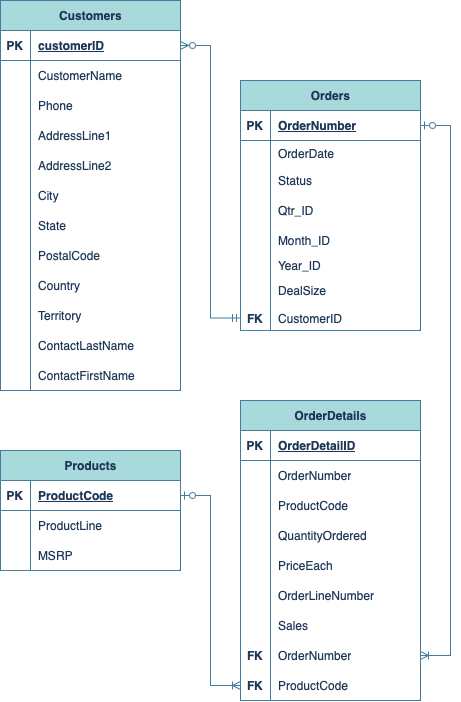
Above: OrderManagementERD.png in megan-es/OrderManagementDB (draw.io), before the change. Source tidied: cells renumbered, new cells last; positions are measured from the earlier drawing's top-left corner, leaving out a move shared by most shapes.
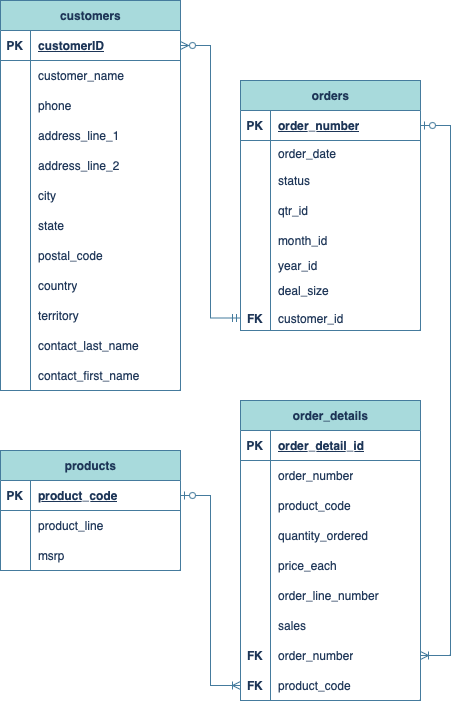
Above is the later version.

What changed in the source:
```diff
@@ -4,3 +4,3 @@
     <mxCell id="1" parent="0" />
-    <mxCell id="2" value="Products" style="shape=table;startSize=30;rowLines=0;fontStyle=1;align=center;html=1;labelBackgroundColor=none;fillColor=#A8DADC;strokeColor=#457B9D;fontColor=#1D3557;" parent="1" vertex="1">
+    <mxCell id="2" value="products" style="shape=table;startSize=30;rowLines=0;fontStyle=1;align=center;html=1;labelBackgroundColor=none;fillColor=#A8DADC;strokeColor=#457B9D;fontColor=#1D3557;" parent="1" vertex="1">
       <mxGeometry y="450" width="180" height="120" as="geometry" />
@@ -13,3 +13,3 @@
     </mxCell>
-    <mxCell id="5" value="ProductCode" style="shape=partialRectangle;fillColor=none;top=0;left=0;bottom=0;right=0;align=left;spacingLeft=6;fontStyle=5;overflow=hidden;whiteSpace=wrap;html=1;labelBackgroundColor=none;strokeColor=#457B9D;fontColor=#1D3557;" parent="3" vertex="1">
+    <mxCell id="5" value="product_code" style="shape=partialRectangle;fillColor=none;top=0;left=0;bottom=0;right=0;align=left;spacingLeft=6;fontStyle=5;overflow=hidden;whiteSpace=wrap;html=1;labelBackgroundColor=none;strokeColor=#457B9D;fontColor=#1D3557;" parent="3" vertex="1">
       <mxGeometry x="30" width="150" height="30" as="geometry" />
@@ -22,3 +22,3 @@
     </mxCell>
-    <mxCell id="8" value="ProductLine" style="shape=partialRectangle;fillColor=none;top=0;left=0;bottom=0;right=0;align=left;spacingLeft=6;overflow=hidden;whiteSpace=wrap;html=1;labelBackgroundColor=none;strokeColor=#457B9D;fontColor=#1D3557;" parent="6" vertex="1">
+    <mxCell id="8" value="product_line" style="shape=partialRectangle;fillColor=none;top=0;left=0;bottom=0;right=0;align=left;spacingLeft=6;overflow=hidden;whiteSpace=wrap;html=1;labelBackgroundColor=none;strokeColor=#457B9D;fontColor=#1D3557;" parent="6" vertex="1">
       <mxGeometry x="30" width="150" height="30" as="geometry" />
@@ -31,6 +31,6 @@
     </mxCell>
-    <mxCell id="11" value="MSRP" style="shape=partialRectangle;fillColor=none;top=0;left=0;bottom=0;right=0;align=left;spacingLeft=6;overflow=hidden;whiteSpace=wrap;html=1;labelBackgroundColor=none;strokeColor=#457B9D;fontColor=#1D3557;" parent="9" vertex="1">
+    <mxCell id="11" value="msrp" style="shape=partialRectangle;fillColor=none;top=0;left=0;bottom=0;right=0;align=left;spacingLeft=6;overflow=hidden;whiteSpace=wrap;html=1;labelBackgroundColor=none;strokeColor=#457B9D;fontColor=#1D3557;" parent="9" vertex="1">
       <mxGeometry x="30" width="150" height="30" as="geometry" />
     </mxCell>
-    <mxCell id="12" value="OrderDetails" style="shape=table;startSize=30;rowLines=0;fontStyle=1;align=center;html=1;labelBackgroundColor=none;fillColor=#A8DADC;strokeColor=#457B9D;fontColor=#1D3557;" parent="1" vertex="1">
+    <mxCell id="12" value="order_details" style="shape=table;startSize=30;rowLines=0;fontStyle=1;align=center;html=1;labelBackgroundColor=none;fillColor=#A8DADC;strokeColor=#457B9D;fontColor=#1D3557;" parent="1" vertex="1">
       <mxGeometry x="240" y="400" width="180" height="300" as="geometry" />
@@ -43,3 +43,3 @@
     </mxCell>
-    <mxCell id="15" value="OrderDetailID" style="shape=partialRectangle;fillColor=none;top=0;left=0;bottom=0;right=0;align=left;spacingLeft=6;fontStyle=5;overflow=hidden;whiteSpace=wrap;html=1;labelBackgroundColor=none;strokeColor=#457B9D;fontColor=#1D3557;" parent="13" vertex="1">
+    <mxCell id="15" value="order_detail_id" style="shape=partialRectangle;fillColor=none;top=0;left=0;bottom=0;right=0;align=left;spacingLeft=6;fontStyle=5;overflow=hidden;whiteSpace=wrap;html=1;labelBackgroundColor=none;strokeColor=#457B9D;fontColor=#1D3557;" parent="13" vertex="1">
       <mxGeometry x="30" width="150" height="30" as="geometry" />
@@ -52,3 +52,3 @@
     </mxCell>
-    <mxCell id="18" value="OrderNumber" style="shape=partialRectangle;fillColor=none;top=0;left=0;bottom=0;right=0;align=left;spacingLeft=6;overflow=hidden;whiteSpace=wrap;html=1;labelBackgroundColor=none;strokeColor=#457B9D;fontColor=#1D3557;" parent="16" vertex="1">
+    <mxCell id="18" value="order_number" style="shape=partialRectangle;fillColor=none;top=0;left=0;bottom=0;right=0;align=left;spacingLeft=6;overflow=hidden;whiteSpace=wrap;html=1;labelBackgroundColor=none;strokeColor=#457B9D;fontColor=#1D3557;" parent="16" vertex="1">
       <mxGeometry x="30" width="150" height="30" as="geometry" />
@@ -61,3 +61,3 @@
     </mxCell>
-    <mxCell id="21" value="ProductCode" style="shape=partialRectangle;fillColor=none;top=0;left=0;bottom=0;right=0;align=left;spacingLeft=6;overflow=hidden;whiteSpace=wrap;html=1;labelBackgroundColor=none;strokeColor=#457B9D;fontColor=#1D3557;" parent="19" vertex="1">
+    <mxCell id="21" value="product_code" style="shape=partialRectangle;fillColor=none;top=0;left=0;bottom=0;right=0;align=left;spacingLeft=6;overflow=hidden;whiteSpace=wrap;html=1;labelBackgroundColor=none;strokeColor=#457B9D;fontColor=#1D3557;" parent="19" vertex="1">
       <mxGeometry x="30" width="150" height="30" as="geometry" />
@@ -70,3 +70,3 @@
     </mxCell>
-    <mxCell id="24" value="QuantityOrdered" style="shape=partialRectangle;fillColor=none;top=0;left=0;bottom=0;right=0;align=left;spacingLeft=6;overflow=hidden;whiteSpace=wrap;html=1;labelBackgroundColor=none;strokeColor=#457B9D;fontColor=#1D3557;" parent="22" vertex="1">
+    <mxCell id="24" value="quantity_ordered" style="shape=partialRectangle;fillColor=none;top=0;left=0;bottom=0;right=0;align=left;spacingLeft=6;overflow=hidden;whiteSpace=wrap;html=1;labelBackgroundColor=none;strokeColor=#457B9D;fontColor=#1D3557;" parent="22" vertex="1">
       <mxGeometry x="30" width="150" height="30" as="geometry" />
@@ -79,3 +79,3 @@
     </mxCell>
-    <mxCell id="27" value="PriceEach" style="shape=partialRectangle;fillColor=none;top=0;left=0;bottom=0;right=0;align=left;spacingLeft=6;overflow=hidden;whiteSpace=wrap;html=1;labelBackgroundColor=none;strokeColor=#457B9D;fontColor=#1D3557;" parent="25" vertex="1">
+    <mxCell id="27" value="price_each" style="shape=partialRectangle;fillColor=none;top=0;left=0;bottom=0;right=0;align=left;spacingLeft=6;overflow=hidden;whiteSpace=wrap;html=1;labelBackgroundColor=none;strokeColor=#457B9D;fontColor=#1D3557;" parent="25" vertex="1">
       <mxGeometry x="30" width="150" height="30" as="geometry" />
@@ -88,3 +88,3 @@
     </mxCell>
-    <mxCell id="30" value="OrderLineNumber" style="shape=partialRectangle;fillColor=none;top=0;left=0;bottom=0;right=0;align=left;spacingLeft=6;overflow=hidden;whiteSpace=wrap;html=1;labelBackgroundColor=none;strokeColor=#457B9D;fontColor=#1D3557;" parent="28" vertex="1">
+    <mxCell id="30" value="order_line_number" style="shape=partialRectangle;fillColor=none;top=0;left=0;bottom=0;right=0;align=left;spacingLeft=6;overflow=hidden;whiteSpace=wrap;html=1;labelBackgroundColor=none;strokeColor=#457B9D;fontColor=#1D3557;" parent="28" vertex="1">
       <mxGeometry x="30" width="150" height="30" as="geometry" />
@@ -97,3 +97,3 @@
     </mxCell>
-    <mxCell id="33" value="Sales" style="shape=partialRectangle;fillColor=none;top=0;left=0;bottom=0;right=0;align=left;spacingLeft=6;overflow=hidden;whiteSpace=wrap;html=1;labelBackgroundColor=none;strokeColor=#457B9D;fontColor=#1D3557;" parent="31" vertex="1">
+    <mxCell id="33" value="sales" style="shape=partialRectangle;fillColor=none;top=0;left=0;bottom=0;right=0;align=left;spacingLeft=6;overflow=hidden;whiteSpace=wrap;html=1;labelBackgroundColor=none;strokeColor=#457B9D;fontColor=#1D3557;" parent="31" vertex="1">
       <mxGeometry x="30" width="150" height="30" as="geometry" />
@@ -106,3 +106,3 @@
     </mxCell>
-    <mxCell id="36" value="OrderNumber" style="shape=partialRectangle;fillColor=none;top=0;left=0;bottom=0;right=0;align=left;spacingLeft=6;overflow=hidden;whiteSpace=wrap;html=1;labelBackgroundColor=none;strokeColor=#457B9D;fontColor=#1D3557;" parent="34" vertex="1">
+    <mxCell id="36" value="order_number" style="shape=partialRectangle;fillColor=none;top=0;left=0;bottom=0;right=0;align=left;spacingLeft=6;overflow=hidden;whiteSpace=wrap;html=1;labelBackgroundColor=none;strokeColor=#457B9D;fontColor=#1D3557;" parent="34" vertex="1">
       <mxGeometry x="30" width="150" height="30" as="geometry" />
@@ -115,6 +115,6 @@
     </mxCell>
-    <mxCell id="39" value="ProductCode" style="shape=partialRectangle;fillColor=none;top=0;left=0;bottom=0;right=0;align=left;spacingLeft=6;overflow=hidden;whiteSpace=wrap;html=1;labelBackgroundColor=none;strokeColor=#457B9D;fontColor=#1D3557;" parent="37" vertex="1">
+    <mxCell id="39" value="product_code" style="shape=partialRectangle;fillColor=none;top=0;left=0;bottom=0;right=0;align=left;spacingLeft=6;overflow=hidden;whiteSpace=wrap;html=1;labelBackgroundColor=none;strokeColor=#457B9D;fontColor=#1D3557;" parent="37" vertex="1">
       <mxGeometry x="30" width="150" height="30" as="geometry" />
     </mxCell>
-    <mxCell id="40" value="Orders" style="shape=table;startSize=30;rowLines=0;fontStyle=1;align=center;html=1;labelBackgroundColor=none;fillColor=#A8DADC;strokeColor=#457B9D;fontColor=#1D3557;" parent="1" vertex="1">
+    <mxCell id="40" value="orders" style="shape=table;startSize=30;rowLines=0;fontStyle=1;align=center;html=1;labelBackgroundColor=none;fillColor=#A8DADC;strokeColor=#457B9D;fontColor=#1D3557;" parent="1" vertex="1">
       <mxGeometry x="240" y="80" width="180" height="250" as="geometry" />
@@ -127,3 +127,3 @@
     </mxCell>
-    <mxCell id="43" value="OrderNumber" style="shape=partialRectangle;fillColor=none;top=0;left=0;bottom=0;right=0;align=left;spacingLeft=6;fontStyle=5;overflow=hidden;whiteSpace=wrap;html=1;labelBackgroundColor=none;strokeColor=#457B9D;fontColor=#1D3557;" parent="41" vertex="1">
+    <mxCell id="43" value="order_number" style="shape=partialRectangle;fillColor=none;top=0;left=0;bottom=0;right=0;align=left;spacingLeft=6;fontStyle=5;overflow=hidden;whiteSpace=wrap;html=1;labelBackgroundColor=none;strokeColor=#457B9D;fontColor=#1D3557;" parent="41" vertex="1">
       <mxGeometry x="30" width="150" height="30" as="geometry" />
@@ -136,3 +136,3 @@
     </mxCell>
-    <mxCell id="46" value="OrderDate" style="shape=partialRectangle;fillColor=none;top=0;left=0;bottom=0;right=0;align=left;spacingLeft=6;overflow=hidden;whiteSpace=wrap;html=1;labelBackgroundColor=none;strokeColor=#457B9D;fontColor=#1D3557;" parent="44" vertex="1">
+    <mxCell id="46" value="order_date" style="shape=partialRectangle;fillColor=none;top=0;left=0;bottom=0;right=0;align=left;spacingLeft=6;overflow=hidden;whiteSpace=wrap;html=1;labelBackgroundColor=none;strokeColor=#457B9D;fontColor=#1D3557;" parent="44" vertex="1">
       <mxGeometry x="30" width="150" height="25" as="geometry" />
@@ -145,3 +145,3 @@
     </mxCell>
-    <mxCell id="49" value="Status" style="shape=partialRectangle;fillColor=none;top=0;left=0;bottom=0;right=0;align=left;spacingLeft=6;overflow=hidden;whiteSpace=wrap;html=1;labelBackgroundColor=none;strokeColor=#457B9D;fontColor=#1D3557;" parent="47" vertex="1">
+    <mxCell id="49" value="status" style="shape=partialRectangle;fillColor=none;top=0;left=0;bottom=0;right=0;align=left;spacingLeft=6;overflow=hidden;whiteSpace=wrap;html=1;labelBackgroundColor=none;strokeColor=#457B9D;fontColor=#1D3557;" parent="47" vertex="1">
       <mxGeometry x="30" width="150" height="30" as="geometry" />
@@ -154,3 +154,3 @@
     </mxCell>
-    <mxCell id="52" value="Qtr_ID" style="shape=partialRectangle;fillColor=none;top=0;left=0;bottom=0;right=0;align=left;spacingLeft=6;overflow=hidden;whiteSpace=wrap;html=1;labelBackgroundColor=none;strokeColor=#457B9D;fontColor=#1D3557;" parent="50" vertex="1">
+    <mxCell id="52" value="qtr_id" style="shape=partialRectangle;fillColor=none;top=0;left=0;bottom=0;right=0;align=left;spacingLeft=6;overflow=hidden;whiteSpace=wrap;html=1;labelBackgroundColor=none;strokeColor=#457B9D;fontColor=#1D3557;" parent="50" vertex="1">
       <mxGeometry x="30" width="150" height="30" as="geometry" />
@@ -163,3 +163,3 @@
     </mxCell>
-    <mxCell id="55" value="Month_ID" style="shape=partialRectangle;fillColor=none;top=0;left=0;bottom=0;right=0;align=left;spacingLeft=6;overflow=hidden;whiteSpace=wrap;html=1;labelBackgroundColor=none;strokeColor=#457B9D;fontColor=#1D3557;" parent="53" vertex="1">
+    <mxCell id="55" value="month_id" style="shape=partialRectangle;fillColor=none;top=0;left=0;bottom=0;right=0;align=left;spacingLeft=6;overflow=hidden;whiteSpace=wrap;html=1;labelBackgroundColor=none;strokeColor=#457B9D;fontColor=#1D3557;" parent="53" vertex="1">
       <mxGeometry x="30" width="150" height="30" as="geometry" />
@@ -172,3 +172,3 @@
     </mxCell>
-    <mxCell id="58" value="Year_ID" style="shape=partialRectangle;fillColor=none;top=0;left=0;bottom=0;right=0;align=left;spacingLeft=6;overflow=hidden;whiteSpace=wrap;html=1;labelBackgroundColor=none;strokeColor=#457B9D;fontColor=#1D3557;" parent="56" vertex="1">
+    <mxCell id="58" value="year_id" style="shape=partialRectangle;fillColor=none;top=0;left=0;bottom=0;right=0;align=left;spacingLeft=6;overflow=hidden;whiteSpace=wrap;html=1;labelBackgroundColor=none;strokeColor=#457B9D;fontColor=#1D3557;" parent="56" vertex="1">
       <mxGeometry x="30" width="150" height="20" as="geometry" />
@@ -181,3 +181,3 @@
     </mxCell>
-    <mxCell id="61" value="DealSize" style="shape=partialRectangle;fillColor=none;top=0;left=0;bottom=0;right=0;align=left;spacingLeft=6;overflow=hidden;whiteSpace=wrap;html=1;labelBackgroundColor=none;strokeColor=#457B9D;fontColor=#1D3557;" parent="59" vertex="1">
+    <mxCell id="61" value="deal_size" style="shape=partialRectangle;fillColor=none;top=0;left=0;bottom=0;right=0;align=left;spacingLeft=6;overflow=hidden;whiteSpace=wrap;html=1;labelBackgroundColor=none;strokeColor=#457B9D;fontColor=#1D3557;" parent="59" vertex="1">
       <mxGeometry x="30" width="150" height="30" as="geometry" />
@@ -190,6 +190,6 @@
     </mxCell>
-    <mxCell id="64" value="CustomerID" style="shape=partialRectangle;fillColor=none;top=0;left=0;bottom=0;right=0;align=left;spacingLeft=6;overflow=hidden;whiteSpace=wrap;html=1;labelBackgroundColor=none;strokeColor=#457B9D;fontColor=#1D3557;" parent="62" vertex="1">
+    <mxCell id="64" value="customer_id" style="shape=partialRectangle;fillColor=none;top=0;left=0;bottom=0;right=0;align=left;spacingLeft=6;overflow=hidden;whiteSpace=wrap;html=1;labelBackgroundColor=none;strokeColor=#457B9D;fontColor=#1D3557;" parent="62" vertex="1">
       <mxGeometry x="30" width="150" height="25" as="geometry" />
     </mxCell>
-    <mxCell id="65" value="Customers" style="shape=table;startSize=30;rowLines=0;fontStyle=1;align=center;html=1;labelBackgroundColor=none;fillColor=#A8DADC;strokeColor=#457B9D;fontColor=#1D3557;" parent="1" vertex="1">
+    <mxCell id="65" value="customers" style="shape=table;startSize=30;rowLines=0;fontStyle=1;align=center;html=1;labelBackgroundColor=none;fillColor=#A8DADC;strokeColor=#457B9D;fontColor=#1D3557;" parent="1" vertex="1">
       <mxGeometry width="180" height="390" as="geometry" />
@@ -211,3 +211,3 @@
     </mxCell>
-    <mxCell id="71" value="CustomerName" style="shape=partialRectangle;fillColor=none;top=0;left=0;bottom=0;right=0;align=left;spacingLeft=6;overflow=hidden;whiteSpace=wrap;html=1;labelBackgroundColor=none;strokeColor=#457B9D;fontColor=#1D3557;" parent="69" vertex="1">
+    <mxCell id="71" value="customer_name" style="shape=partialRectangle;fillColor=none;top=0;left=0;bottom=0;right=0;align=left;spacingLeft=6;overflow=hidden;whiteSpace=wrap;html=1;labelBackgroundColor=none;strokeColor=#457B9D;fontColor=#1D3557;" parent="69" vertex="1">
       <mxGeometry x="30" width="150" height="30" as="geometry" />
@@ -220,3 +220,3 @@
     </mxCell>
-    <mxCell id="74" value="Phone" style="shape=partialRectangle;fillColor=none;top=0;left=0;bottom=0;right=0;align=left;spacingLeft=6;overflow=hidden;whiteSpace=wrap;html=1;labelBackgroundColor=none;strokeColor=#457B9D;fontColor=#1D3557;" parent="72" vertex="1">
+    <mxCell id="74" value="phone" style="shape=partialRectangle;fillColor=none;top=0;left=0;bottom=0;right=0;align=left;spacingLeft=6;overflow=hidden;whiteSpace=wrap;html=1;labelBackgroundColor=none;strokeColor=#457B9D;fontColor=#1D3557;" parent="72" vertex="1">
       <mxGeometry x="30" width="150" height="30" as="geometry" />
@@ -229,3 +229,3 @@
     </mxCell>
-    <mxCell id="77" value="AddressLine1" style="shape=partialRectangle;fillColor=none;top=0;left=0;bottom=0;right=0;align=left;spacingLeft=6;overflow=hidden;whiteSpace=wrap;html=1;labelBackgroundColor=none;strokeColor=#457B9D;fontColor=#1D3557;" parent="75" vertex="1">
+    <mxCell id="77" value="address_line_1" style="shape=partialRectangle;fillColor=none;top=0;left=0;bottom=0;right=0;align=left;spacingLeft=6;overflow=hidden;whiteSpace=wrap;html=1;labelBackgroundColor=none;strokeColor=#457B9D;fontColor=#1D3557;" parent="75" vertex="1">
       <mxGeometry x="30" width="150" height="30" as="geometry" />
@@ -238,3 +238,3 @@
     </mxCell>
-    <mxCell id="80" value="AddressLine2" style="shape=partialRectangle;fillColor=none;top=0;left=0;bottom=0;right=0;align=left;spacingLeft=6;overflow=hidden;whiteSpace=wrap;html=1;labelBackgroundColor=none;strokeColor=#457B9D;fontColor=#1D3557;" parent="78" vertex="1">
+    <mxCell id="80" value="address_line_2" style="shape=partialRectangle;fillColor=none;top=0;left=0;bottom=0;right=0;align=left;spacingLeft=6;overflow=hidden;whiteSpace=wrap;html=1;labelBackgroundColor=none;strokeColor=#457B9D;fontColor=#1D3557;" parent="78" vertex="1">
       <mxGeometry x="30" width="150" height="30" as="geometry" />
@@ -247,3 +247,3 @@
     </mxCell>
-    <mxCell id="83" value="City" style="shape=partialRectangle;fillColor=none;top=0;left=0;bottom=0;right=0;align=left;spacingLeft=6;overflow=hidden;whiteSpace=wrap;html=1;labelBackgroundColor=none;strokeColor=#457B9D;fontColor=#1D3557;" parent="81" vertex="1">
+    <mxCell id="83" value="city" style="shape=partialRectangle;fillColor=none;top=0;left=0;bottom=0;right=0;align=left;spacingLeft=6;overflow=hidden;whiteSpace=wrap;html=1;labelBackgroundColor=none;strokeColor=#457B9D;fontColor=#1D3557;" parent="81" vertex="1">
       <mxGeometry x="30" width="150" height="30" as="geometry" />
@@ -256,3 +256,3 @@
     </mxCell>
-    <mxCell id="86" value="State" style="shape=partialRectangle;fillColor=none;top=0;left=0;bottom=0;right=0;align=left;spacingLeft=6;overflow=hidden;whiteSpace=wrap;html=1;labelBackgroundColor=none;strokeColor=#457B9D;fontColor=#1D3557;" parent="84" vertex="1">
+    <mxCell id="86" value="state" style="shape=partialRectangle;fillColor=none;top=0;left=0;bottom=0;right=0;align=left;spacingLeft=6;overflow=hidden;whiteSpace=wrap;html=1;labelBackgroundColor=none;strokeColor=#457B9D;fontColor=#1D3557;" parent="84" vertex="1">
       <mxGeometry x="30" width="150" height="30" as="geometry" />
@@ -265,3 +265,3 @@
     </mxCell>
-    <mxCell id="89" value="PostalCode" style="shape=partialRectangle;fillColor=none;top=0;left=0;bottom=0;right=0;align=left;spacingLeft=6;overflow=hidden;whiteSpace=wrap;html=1;labelBackgroundColor=none;strokeColor=#457B9D;fontColor=#1D3557;" parent="87" vertex="1">
+    <mxCell id="89" value="postal_code" style="shape=partialRectangle;fillColor=none;top=0;left=0;bottom=0;right=0;align=left;spacingLeft=6;overflow=hidden;whiteSpace=wrap;html=1;labelBackgroundColor=none;strokeColor=#457B9D;fontColor=#1D3557;" parent="87" vertex="1">
       <mxGeometry x="30" width="150" height="30" as="geometry" />
@@ -274,3 +274,3 @@
     </mxCell>
-    <mxCell id="92" value="Country" style="shape=partialRectangle;fillColor=none;top=0;left=0;bottom=0;right=0;align=left;spacingLeft=6;overflow=hidden;whiteSpace=wrap;html=1;labelBackgroundColor=none;strokeColor=#457B9D;fontColor=#1D3557;" parent="90" vertex="1">
+    <mxCell id="92" value="country" style="shape=partialRectangle;fillColor=none;top=0;left=0;bottom=0;right=0;align=left;spacingLeft=6;overflow=hidden;whiteSpace=wrap;html=1;labelBackgroundColor=none;strokeColor=#457B9D;fontColor=#1D3557;" parent="90" vertex="1">
       <mxGeometry x="30" width="150" height="30" as="geometry" />
@@ -283,3 +283,3 @@
     </mxCell>
-    <mxCell id="95" value="Territory" style="shape=partialRectangle;fillColor=none;top=0;left=0;bottom=0;right=0;align=left;spacingLeft=6;overflow=hidden;whiteSpace=wrap;html=1;labelBackgroundColor=none;strokeColor=#457B9D;fontColor=#1D3557;" parent="93" vertex="1">
+    <mxCell id="95" value="territory" style="shape=partialRectangle;fillColor=none;top=0;left=0;bottom=0;right=0;align=left;spacingLeft=6;overflow=hidden;whiteSpace=wrap;html=1;labelBackgroundColor=none;strokeColor=#457B9D;fontColor=#1D3557;" parent="93" vertex="1">
       <mxGeometry x="30" width="150" height="30" as="geometry" />
@@ -292,3 +292,3 @@
     </mxCell>
-    <mxCell id="98" value="ContactLastName" style="shape=partialRectangle;fillColor=none;top=0;left=0;bottom=0;right=0;align=left;spacingLeft=6;overflow=hidden;whiteSpace=wrap;html=1;labelBackgroundColor=none;strokeColor=#457B9D;fontColor=#1D3557;" parent="96" vertex="1">
+    <mxCell id="98" value="contact_last_name" style="shape=partialRectangle;fillColor=none;top=0;left=0;bottom=0;right=0;align=left;spacingLeft=6;overflow=hidden;whiteSpace=wrap;html=1;labelBackgroundColor=none;strokeColor=#457B9D;fontColor=#1D3557;" parent="96" vertex="1">
       <mxGeometry x="30" width="150" height="30" as="geometry" />
@@ -301,3 +301,3 @@
     </mxCell>
-    <mxCell id="101" value="ContactFirstName" style="shape=partialRectangle;fillColor=none;top=0;left=0;bottom=0;right=0;align=left;spacingLeft=6;overflow=hidden;whiteSpace=wrap;html=1;labelBackgroundColor=none;strokeColor=#457B9D;fontColor=#1D3557;" parent="99" vertex="1">
+    <mxCell id="101" value="contact_first_name" style="shape=partialRectangle;fillColor=none;top=0;left=0;bottom=0;right=0;align=left;spacingLeft=6;overflow=hidden;whiteSpace=wrap;html=1;labelBackgroundColor=none;strokeColor=#457B9D;fontColor=#1D3557;" parent="99" vertex="1">
       <mxGeometry x="30" width="150" height="30" as="geometry" />
```
